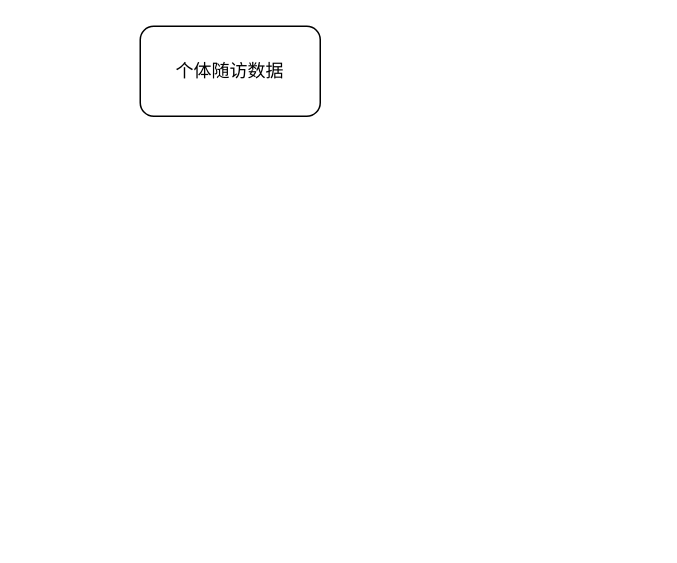
The draw.io diagram all/大论文流程图.drawio in 1059363121/iodraw-files, before the edit. Source tidied: cells renumbered, new cells numbered last; positions are measured from the earlier drawing's top-left corner, leaving out a move shared by most shapes. Both pictures are drawn from the tidied source at 150%, with x=0, y=0 at pixel (140, 26).
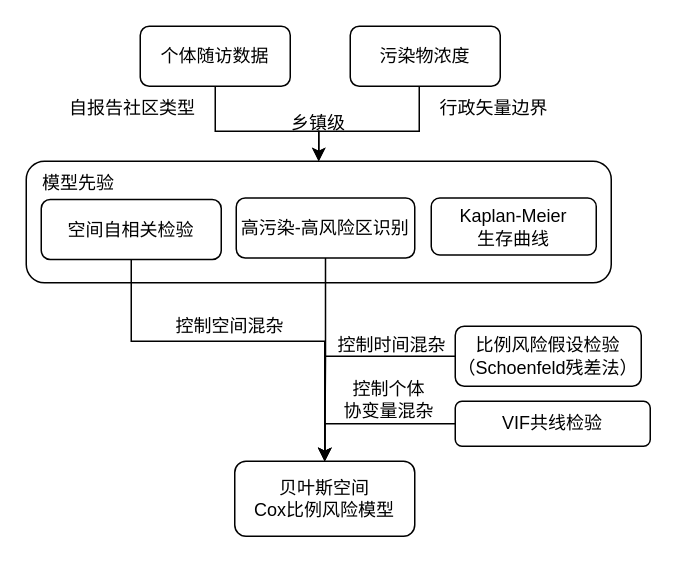
Above is the later version.

Commit message:
更新大论文流程图.drawio

Diff of the diagram source:
```diff
@@
     <mxCell id="2" value="个体随访数据" style="rounded=1;whiteSpace=wrap;html=1;" parent="1" vertex="1">
-      <mxGeometry width="120" height="60" as="geometry" />
+      <mxGeometry width="100" height="40" as="geometry" />
     </mxCell>
+    <mxCell id="3" value="污染物浓度" style="rounded=1;whiteSpace=wrap;html=1;" parent="1" vertex="1">
+      <mxGeometry x="140" width="100" height="40" as="geometry" />
+    </mxCell>
+    <mxCell id="4" style="edgeStyle=orthogonalEdgeStyle;rounded=0;jettySize=auto;html=1;exitX=0;exitY=0.5;exitDx=0;exitDy=0;entryX=0.5;entryY=0;entryDx=0;entryDy=0;" parent="1" edge="1" source="5" target="11">
+      <mxGeometry relative="1" as="geometry">
+        <Array as="points">
+          <mxPoint x="190" y="220" />
+          <mxPoint x="123" y="220" />
+        </Array>
+      </mxGeometry>
+    </mxCell>
+    <mxCell id="5" value="&lt;p class=&quot;15&quot;&gt;&lt;font face=&quot;Helvetica&quot; style=&quot;&quot;&gt;比例风险假设检验&lt;/font&gt;&lt;span style=&quot;background-color: transparent; color: light-dark(rgb(0, 0, 0), rgb(255, 255, 255));&quot;&gt;（Schoenfeld残差法）&lt;/span&gt;&lt;/p&gt;" style="rounded=1;whiteSpace=wrap;html=1;" parent="1" vertex="1">
+      <mxGeometry x="210" y="200" width="124" height="40" as="geometry" />
+    </mxCell>
+    <mxCell id="6" style="edgeStyle=orthogonalEdgeStyle;rounded=0;jettySize=auto;html=1;exitX=0;exitY=0;exitDx=0;exitDy=0;entryX=0.5;entryY=0;entryDx=0;entryDy=0;" parent="1" edge="1" source="7" target="15">
+      <mxGeometry relative="1" as="geometry">
+        <Array as="points">
+          <mxPoint x="186" y="70" />
+          <mxPoint x="119" y="70" />
+        </Array>
+      </mxGeometry>
+    </mxCell>
+    <mxCell id="7" value="行政矢量边界" style="text;html=1;whiteSpace=wrap;strokeColor=none;fillColor=none;align=center;verticalAlign=middle;rounded=0;" parent="1" vertex="1">
+      <mxGeometry x="186" y="40" width="100" height="30" as="geometry" />
+    </mxCell>
+    <mxCell id="8" style="edgeStyle=orthogonalEdgeStyle;rounded=0;jettySize=auto;html=1;exitX=1;exitY=0;exitDx=0;exitDy=0;entryX=0.5;entryY=0;entryDx=0;entryDy=0;" parent="1" edge="1" source="9" target="15">
+      <mxGeometry relative="1" as="geometry">
+        <Array as="points">
+          <mxPoint x="50" y="70" />
+          <mxPoint x="119" y="70" />
+        </Array>
+      </mxGeometry>
+    </mxCell>
+    <mxCell id="9" value="自报告社区类型" style="text;html=1;whiteSpace=wrap;strokeColor=none;fillColor=none;align=center;verticalAlign=middle;rounded=0;" parent="1" vertex="1">
+      <mxGeometry x="-60" y="40" width="110" height="30" as="geometry" />
+    </mxCell>
+    <mxCell id="10" value="乡镇级" style="text;html=1;whiteSpace=wrap;strokeColor=none;fillColor=none;align=center;verticalAlign=middle;rounded=0;" parent="1" vertex="1">
+      <mxGeometry x="89" y="50" width="60" height="30" as="geometry" />
+    </mxCell>
+    <mxCell id="11" value="贝叶斯空间&lt;div&gt;Cox比例风险模型&lt;/div&gt;" style="rounded=1;whiteSpace=wrap;html=1;" parent="1" vertex="1">
+      <mxGeometry x="63" y="290" width="120" height="50" as="geometry" />
+    </mxCell>
+    <mxCell id="12" value="控制空间混杂" style="text;html=1;whiteSpace=wrap;strokeColor=none;fillColor=none;align=center;verticalAlign=middle;rounded=0;" parent="1" vertex="1">
+      <mxGeometry x="10" y="185" width="100" height="30" as="geometry" />
+    </mxCell>
+    <mxCell id="13" style="group;" parent="1" vertex="1">
+      <mxGeometry x="-76" y="90" width="390" height="81" as="geometry" />
+    </mxCell>
+    <mxCell id="14" style="group;" parent="13" vertex="1">
+      <mxGeometry width="390" height="81" as="geometry" />
+    </mxCell>
+    <mxCell id="15" style="rounded=1;whiteSpace=wrap;html=1;" parent="14" vertex="1">
+      <mxGeometry width="390" height="81" as="geometry" />
+    </mxCell>
+    <mxCell id="16" value="模型先验" style="text;html=1;whiteSpace=wrap;strokeColor=none;fillColor=none;align=center;verticalAlign=middle;rounded=0;" parent="14" vertex="1">
+      <mxGeometry width="70" height="30" as="geometry" />
+    </mxCell>
+    <mxCell id="17" value="空间自相关检验" style="rounded=1;whiteSpace=wrap;html=1;" parent="13" vertex="1">
+      <mxGeometry x="10" y="25.5" width="120" height="40" as="geometry" />
+    </mxCell>
+    <mxCell id="18" value="高污染-高风险区识别" style="rounded=1;whiteSpace=wrap;html=1;" parent="13" vertex="1">
+      <mxGeometry x="140" y="24.5" width="119" height="40" as="geometry" />
+    </mxCell>
+    <mxCell id="19" value="Kaplan-Meier&lt;div&gt;生存曲线&lt;/div&gt;" style="rounded=1;whiteSpace=wrap;html=1;" parent="13" vertex="1">
+      <mxGeometry x="270" y="24.5" width="110" height="38" as="geometry" />
+    </mxCell>
+    <mxCell id="20" style="edgeStyle=orthogonalEdgeStyle;rounded=0;jettySize=auto;html=1;exitX=0.5;exitY=1;exitDx=0;exitDy=0;entryX=0.5;entryY=0;entryDx=0;entryDy=0;" parent="1" edge="1" source="17" target="11">
+      <mxGeometry relative="1" as="geometry">
+        <Array as="points">
+          <mxPoint x="-6" y="210" />
+          <mxPoint x="123" y="210" />
+        </Array>
+      </mxGeometry>
+    </mxCell>
+    <mxCell id="21" style="edgeStyle=orthogonalEdgeStyle;rounded=0;jettySize=auto;html=1;exitX=0.5;exitY=1;exitDx=0;exitDy=0;entryX=0.5;entryY=0;entryDx=0;entryDy=0;" parent="1" edge="1" source="18" target="11">
+      <mxGeometry relative="1" as="geometry" />
+    </mxCell>
+    <mxCell id="22" value="控制时间混杂" style="text;html=1;whiteSpace=wrap;strokeColor=none;fillColor=none;align=center;verticalAlign=middle;rounded=0;" parent="1" vertex="1">
+      <mxGeometry x="118" y="198" width="100" height="30" as="geometry" />
+    </mxCell>
+    <mxCell id="23" style="edgeStyle=orthogonalEdgeStyle;rounded=0;jettySize=auto;html=1;" parent="1" edge="1" source="24" target="11">
+      <mxGeometry relative="1" as="geometry" />
+    </mxCell>
+    <mxCell id="24" value="VIF共线检验" style="rounded=1;whiteSpace=wrap;html=1;" parent="1" vertex="1">
+      <mxGeometry x="210" y="250" width="130" height="30" as="geometry" />
+    </mxCell>
+    <mxCell id="25" value="控制个体&lt;div&gt;协变量混杂&lt;/div&gt;" style="text;html=1;whiteSpace=wrap;strokeColor=none;fillColor=none;align=center;verticalAlign=middle;rounded=0;" parent="1" vertex="1">
+      <mxGeometry x="126" y="229" width="80" height="40" as="geometry" />
+    </mxCell>
```
